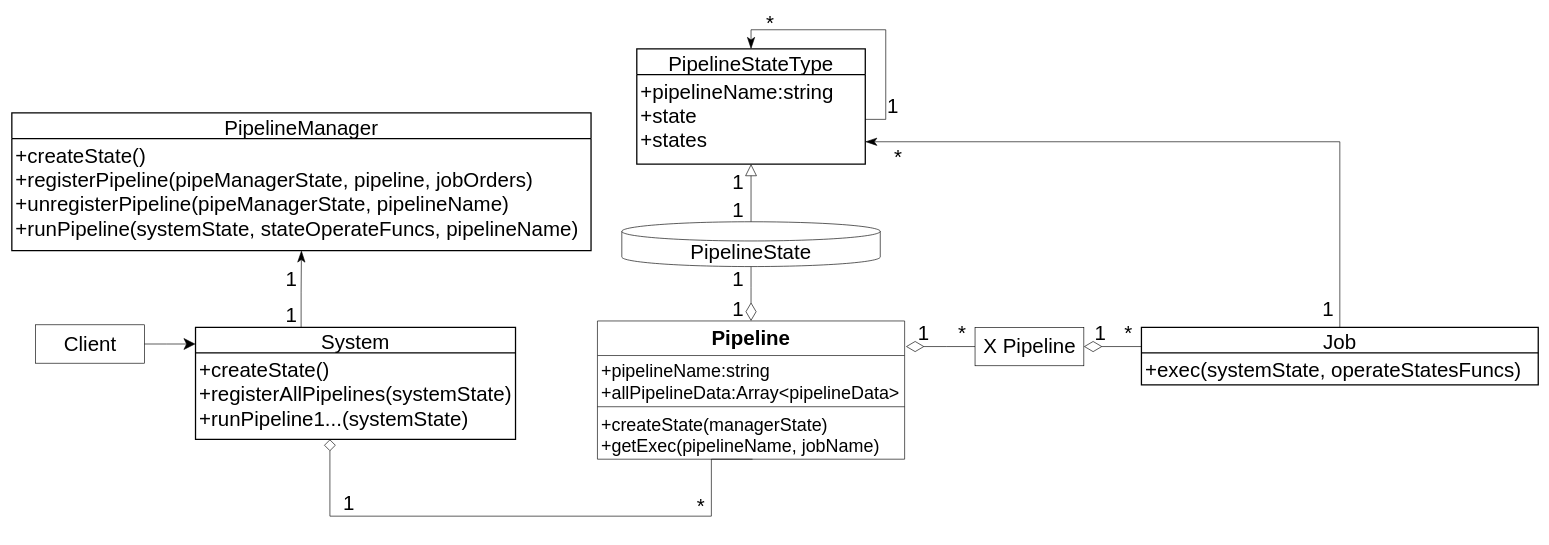
Earlier version of the draw.io diagram packages/管道模式/role_abstract/UML.drawio (yyc-git/3DProgramPattern). Source tidied: cells renumbered, new cells numbered last; positions are measured from the earlier drawing's top-left corner, leaving out a move shared by most shapes. Both pictures are drawn from the tidied source at 64%, with x=0, y=0 at pixel (12, 17).
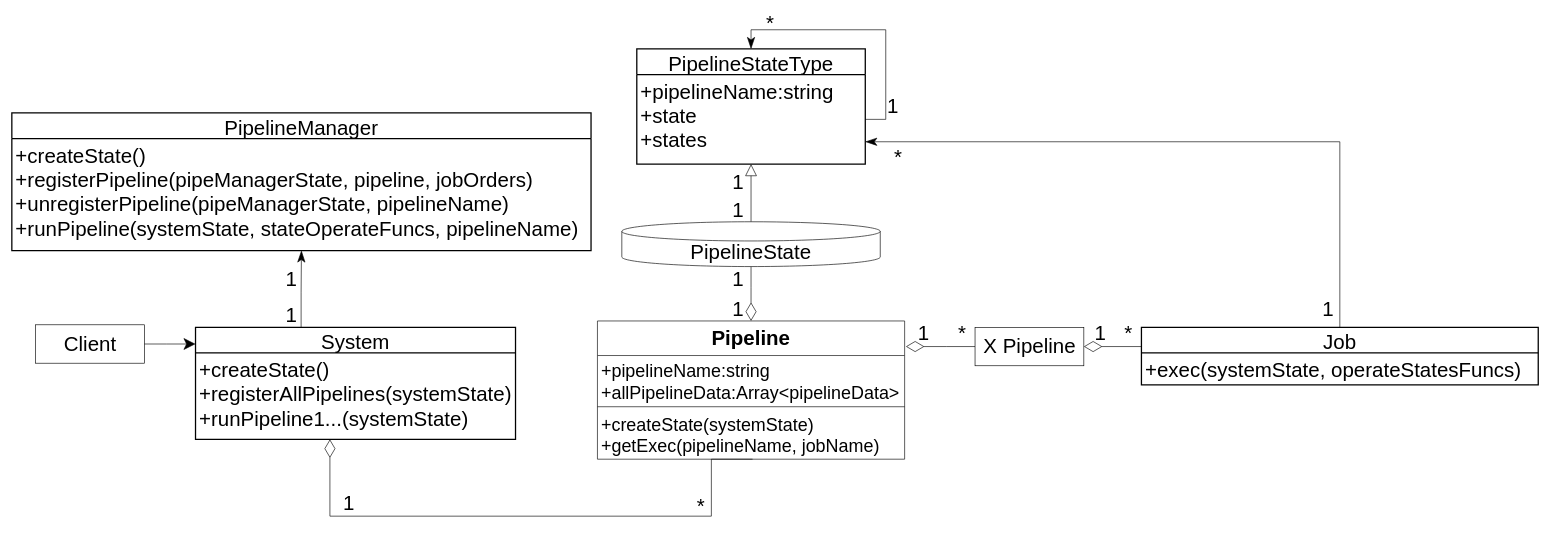
The same page after the edit.

Unchanged cells that the change refers to:
```xml
<mxCell id="11" value="Pipeline" style="swimlane;fontStyle=1;align=center;verticalAlign=top;horizontal=1;startSize=54;fontSize=32;" parent="1" vertex="1">
  <mxGeometry x="915" y="475" width="480" height="216" as="geometry" />
</mxCell>
```

Diff of the diagram source:
```diff
@@
-    <mxCell id="14" value="+createState(managerState)&#10;+getExec(pipelineName, jobName)" style="text;strokeColor=none;fillColor=none;align=left;verticalAlign=top;spacingLeft=4;spacingRight=4;overflow=hidden;points=[[0,0.5],[1,0.5]];portConstraint=eastwest;fontSize=28;" parent="11" vertex="1">
+    <mxCell id="14" value="+createState(systemState)&#10;+getExec(pipelineName, jobName)" style="text;strokeColor=none;fillColor=none;align=left;verticalAlign=top;spacingLeft=4;spacingRight=4;overflow=hidden;points=[[0,0.5],[1,0.5]];portConstraint=eastwest;fontSize=28;" parent="11" vertex="1">
       <mxGeometry y="138" width="480" height="78" as="geometry" />
     </mxCell>
@@
-    <mxCell id="25" style="edgeStyle=orthogonalEdgeStyle;rounded=0;jettySize=auto;html=1;entryX=0.505;entryY=1;entryDx=0;entryDy=0;entryPerimeter=0;fontSize=28;endArrow=none;endFill=0;startSize=16;endSize=16;startArrow=diamond;startFill=0;" parent="1" edge="1" target="14">
+    <mxCell id="25" style="edgeStyle=orthogonalEdgeStyle;rounded=0;jettySize=auto;html=1;entryX=0.505;entryY=1;entryDx=0;entryDy=0;entryPerimeter=0;fontSize=28;endArrow=none;endFill=0;startSize=26;endSize=26;startArrow=diamondThin;startFill=0;" parent="1" edge="1" target="14">
       <mxGeometry relative="1" as="geometry">
         <mxPoint x="497" y="660" as="sourcePoint" />
         <Array as="points">
           <mxPoint x="497" y="780" />
           <mxPoint x="1093" y="780" />
         </Array>
       </mxGeometry>
     </mxCell>
```
